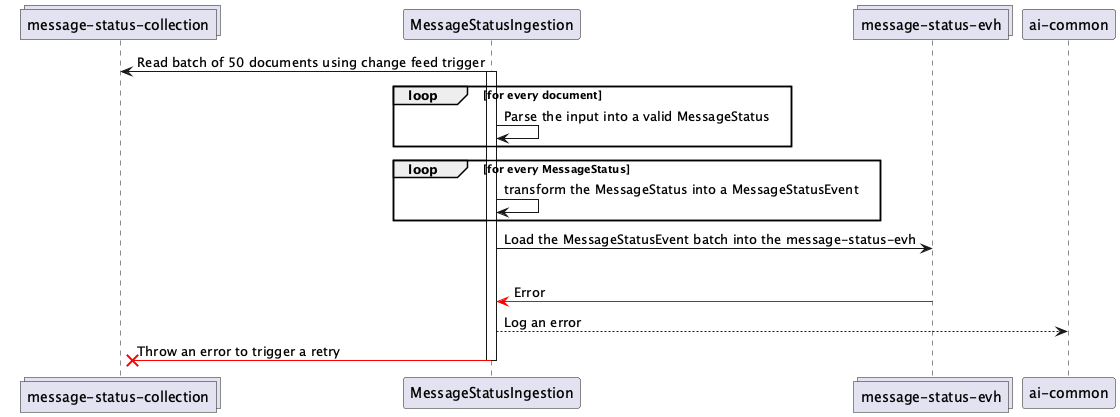
This is apps/etl-func/docs/message-status-ingestion/message-status-ingestion.png from pagopa/io-messages, a PlantUML export, as it was before one commit. Source of this version:
```plantuml
@startuml message-status-ingestion

collections "message-status-collection" as msc
participant MessageStatusIngestion as msi
collections "message-status-evh" as evh
participant "ai-common" as ai


msc <- msi : Read batch of 50 documents using change feed trigger
activate msi

loop for every document
  msi -> msi : Parse the input into a valid MessageStatus
end

loop for every MessageStatus
  msi -> msi : transform the MessageStatus into a MessageStatusEvent
end

msi -> evh : Load the MessageStatusEvent batch into the message-status-evh

alt Error
  evh -[#red]> msi : Error
  msi --> ai : Log an error
  msi -[#red]x msc : Throw an error to trigger a retry
deactivate msi

@enduml
```
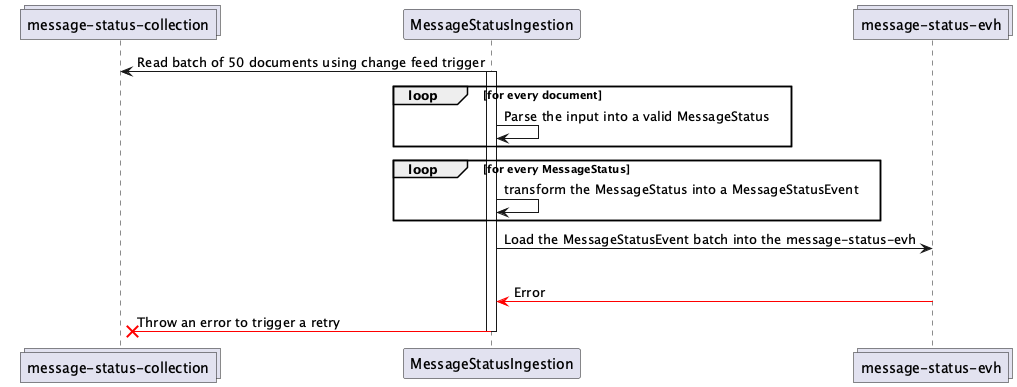
Above is the later version.

Diff of the diagram source:
```diff
@@ -3,8 +3,6 @@
 collections "message-status-collection" as msc
 participant MessageStatusIngestion as msi
 collections "message-status-evh" as evh
-participant "ai-common" as ai
-
 
 msc <- msi : Read batch of 50 documents using change feed trigger
 activate msi
@@ -21,7 +19,6 @@
 
 alt Error
   evh -[#red]> msi : Error
-  msi --> ai : Log an error
   msi -[#red]x msc : Throw an error to trigger a retry
 deactivate msi
 
```
